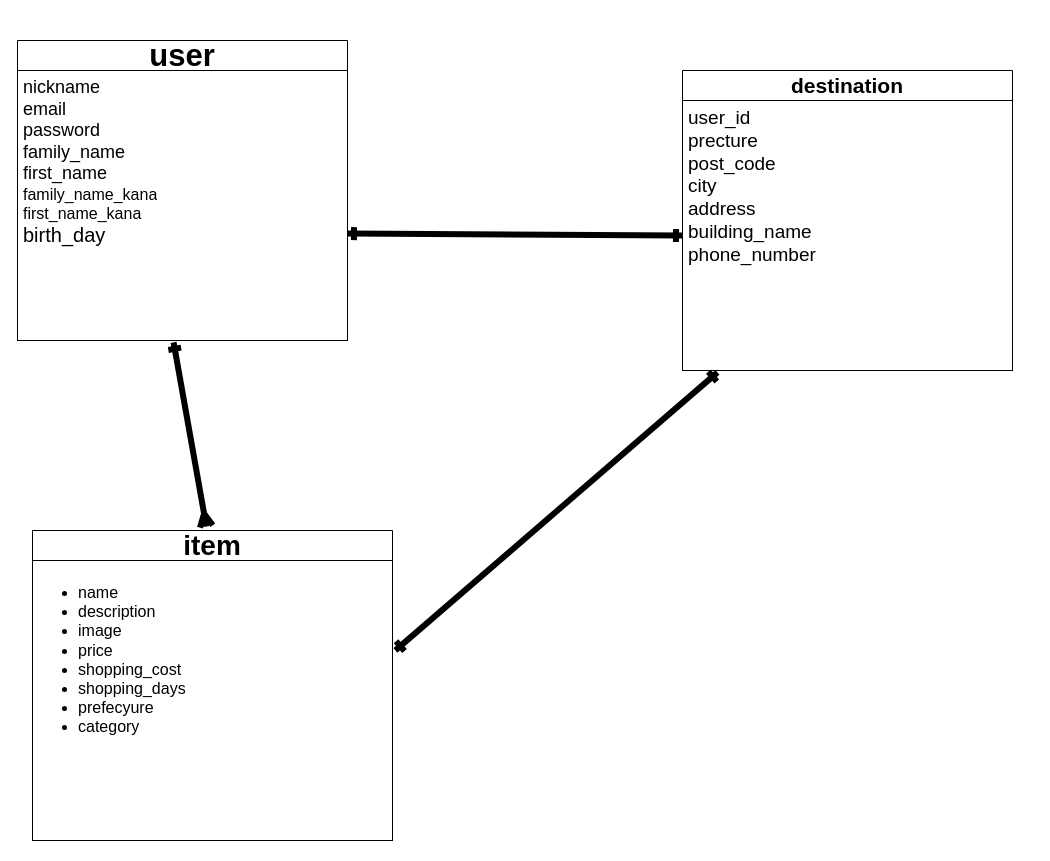
yyokoo/furima-38850 keeps this draw.io diagram as ER.dio. Above is the earlier version. Source tidied: cells renumbered, new cells numbered last; positions are measured from the earlier drawing's top-left corner, leaving out a move shared by most shapes. Both pictures are drawn from the tidied source at 100%, with x=0, y=0 at pixel (17, 40).
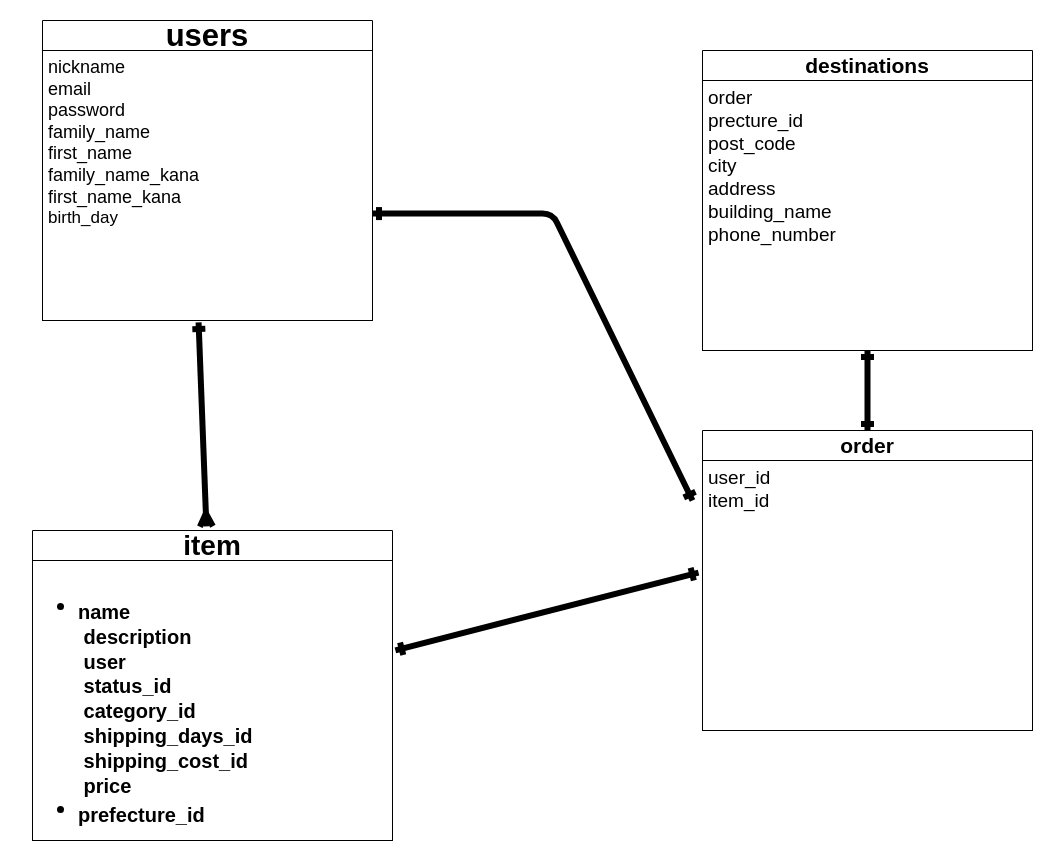
After the change.

Diff of the diagram source:
```diff
@@
 <mxGraphModel>
   <root>
     <mxCell id="0" />
     <mxCell id="1" parent="0" />
-    <mxCell id="2" value="user" style="swimlane;fontStyle=1;horizontal=1;startSize=30;whiteSpace=wrap;html=1;fontSize=31;" parent="1" vertex="1">
-      <mxGeometry width="330" height="300" as="geometry" />
+    <mxCell id="2" value="users" style="swimlane;fontStyle=1;horizontal=1;startSize=30;whiteSpace=wrap;html=1;fontSize=31;" parent="1" vertex="1">
+      <mxGeometry x="25" y="-20" width="330" height="300" as="geometry" />
     </mxCell>
-    <mxCell id="3" value="&lt;font style=&quot;font-size: 18px;&quot;&gt;nickname&lt;br&gt;email&lt;br&gt;password&lt;br&gt;family_name&lt;br&gt;first_name&lt;/font&gt;&lt;br&gt;&lt;font style=&quot;font-size: 16px;&quot;&gt;family_name_kana&lt;br&gt;first_name_kana&lt;/font&gt;&lt;br&gt;&lt;font style=&quot;font-size: 20px;&quot;&gt;birth_day&lt;/font&gt;" style="text;strokeColor=default;fillColor=none;align=left;verticalAlign=top;spacingLeft=4;spacingRight=4;overflow=hidden;points=[[0,0.5],[1,0.5]];portConstraint=eastwest;whiteSpace=wrap;html=1;" parent="2" vertex="1">
+    <mxCell id="3" value="&lt;font style=&quot;&quot;&gt;&lt;font style=&quot;font-size: 18px;&quot;&gt;nickname&lt;br&gt;email&lt;br&gt;password&lt;br&gt;family_name&lt;br&gt;first_name&lt;/font&gt;&lt;br&gt;&lt;font style=&quot;font-size: 18px;&quot;&gt;family_name_kana&lt;br&gt;first_name_kana&lt;/font&gt;&lt;br&gt;&lt;font style=&quot;font-size: 17px;&quot;&gt;birth_day&lt;/font&gt;&lt;/font&gt;" style="text;strokeColor=default;fillColor=none;align=left;verticalAlign=top;spacingLeft=4;spacingRight=4;overflow=hidden;points=[[0,0.5],[1,0.5]];portConstraint=eastwest;whiteSpace=wrap;html=1;" parent="2" vertex="1">
       <mxGeometry y="30" width="330" height="270" as="geometry" />
     </mxCell>
+    <mxCell id="11" style="edgeStyle=none;html=1;strokeWidth=6;fontSize=28;startArrow=ERone;startFill=0;endArrow=ERone;endFill=0;" parent="1" edge="1" source="4" target="12">
+      <mxGeometry relative="1" as="geometry" />
+    </mxCell>
-    <mxCell id="4" value="&lt;font style=&quot;font-size: 21px;&quot;&gt;&lt;b&gt;destination&lt;/b&gt;&lt;/font&gt;" style="swimlane;fontStyle=0;horizontal=1;startSize=30;whiteSpace=wrap;html=1;" parent="1" vertex="1">
-      <mxGeometry x="665" y="30" width="330" height="300" as="geometry" />
+    <mxCell id="4" value="&lt;font style=&quot;font-size: 21px;&quot;&gt;&lt;b&gt;destinations&lt;/b&gt;&lt;/font&gt;" style="swimlane;fontStyle=0;horizontal=1;startSize=30;whiteSpace=wrap;html=1;" parent="1" vertex="1">
+      <mxGeometry x="685" y="10" width="330" height="300" as="geometry" />
     </mxCell>
-    <mxCell id="5" value="user_id&lt;br style=&quot;font-size: 19px;&quot;&gt;precture&lt;br style=&quot;font-size: 19px;&quot;&gt;post_code&lt;br style=&quot;font-size: 19px;&quot;&gt;city&lt;br style=&quot;font-size: 19px;&quot;&gt;address&lt;br style=&quot;font-size: 19px;&quot;&gt;building_name&lt;br style=&quot;font-size: 19px;&quot;&gt;phone_number" style="text;strokeColor=default;fillColor=none;align=left;verticalAlign=top;spacingLeft=4;spacingRight=4;overflow=hidden;points=[[0,0.5],[1,0.5]];portConstraint=eastwest;whiteSpace=wrap;html=1;fontSize=19;" parent="4" vertex="1">
+    <mxCell id="5" value="order&lt;br style=&quot;font-size: 19px;&quot;&gt;precture_id&lt;br style=&quot;font-size: 19px;&quot;&gt;post_code&lt;br style=&quot;font-size: 19px;&quot;&gt;city&lt;br style=&quot;font-size: 19px;&quot;&gt;address&lt;br style=&quot;font-size: 19px;&quot;&gt;building_name&lt;br style=&quot;font-size: 19px;&quot;&gt;phone_number" style="text;strokeColor=default;fillColor=none;align=left;verticalAlign=top;spacingLeft=4;spacingRight=4;overflow=hidden;points=[[0,0.5],[1,0.5]];portConstraint=eastwest;whiteSpace=wrap;html=1;fontSize=19;" parent="4" vertex="1">
       <mxGeometry y="30" width="330" height="270" as="geometry" />
     </mxCell>
     <mxCell id="6" value="item" style="swimlane;fontStyle=1;horizontal=1;startSize=30;whiteSpace=wrap;html=1;fontSize=28;rotation=0;" parent="1" vertex="1">
       <mxGeometry x="15" y="490" width="360" height="310" as="geometry" />
     </mxCell>
-    <mxCell id="7" value="&lt;ul style=&quot;font-size: 16px;&quot;&gt;&lt;li style=&quot;font-size: 16px;&quot;&gt;&lt;span style=&quot;background-color: initial; font-size: 16px;&quot;&gt;name&lt;/span&gt;&lt;/li&gt;&lt;li style=&quot;font-size: 16px;&quot;&gt;&lt;span style=&quot;background-color: initial; font-size: 16px;&quot;&gt;description&lt;/span&gt;&lt;/li&gt;&lt;li style=&quot;font-size: 16px;&quot;&gt;&lt;span style=&quot;background-color: initial; font-size: 16px;&quot;&gt;image&lt;/span&gt;&lt;/li&gt;&lt;li style=&quot;font-size: 16px;&quot;&gt;&lt;span style=&quot;background-color: initial; font-size: 16px;&quot;&gt;price&lt;/span&gt;&lt;/li&gt;&lt;li style=&quot;font-size: 16px;&quot;&gt;&lt;span style=&quot;background-color: initial; font-size: 16px;&quot;&gt;shopping_cost&lt;/span&gt;&lt;/li&gt;&lt;li style=&quot;font-size: 16px;&quot;&gt;&lt;span style=&quot;background-color: initial; font-size: 16px;&quot;&gt;shopping_days&lt;/span&gt;&lt;/li&gt;&lt;li style=&quot;font-size: 16px;&quot;&gt;&lt;span style=&quot;background-color: initial; font-size: 16px;&quot;&gt;prefecyure&lt;/span&gt;&lt;/li&gt;&lt;li style=&quot;font-size: 16px;&quot;&gt;&lt;span style=&quot;background-color: initial; font-size: 16px;&quot;&gt;category&lt;/span&gt;&lt;/li&gt;&lt;/ul&gt;" style="text;strokeColor=default;fillColor=none;align=left;verticalAlign=top;spacingLeft=4;spacingRight=4;overflow=hidden;points=[[0,0.5],[1,0.5]];portConstraint=eastwest;whiteSpace=wrap;html=1;fontSize=16;horizontal=1;rotation=0;" parent="6" vertex="1">
+    <mxCell id="7" value="&lt;ul style=&quot;font-size: 24px;&quot;&gt;&lt;li style=&quot;&quot;&gt;&lt;div style=&quot;line-height: 18px;&quot;&gt;&lt;div style=&quot;&quot;&gt;&lt;b&gt;&lt;sub&gt;name&amp;nbsp;&lt;/sub&gt;&lt;/b&gt;&lt;/div&gt;&lt;div style=&quot;&quot;&gt;&lt;span style=&quot;&quot;&gt;&lt;b&gt;&lt;sub&gt;&amp;nbsp;description&lt;/sub&gt;&lt;/b&gt;&lt;/span&gt;&lt;/div&gt;&lt;div style=&quot;&quot;&gt;&lt;span style=&quot;&quot;&gt;&lt;b&gt;&lt;sub&gt;&amp;nbsp;user&amp;nbsp;&lt;/sub&gt;&lt;/b&gt;&lt;/span&gt;&lt;/div&gt;&lt;div style=&quot;&quot;&gt;&lt;span style=&quot;&quot;&gt;&lt;b&gt;&lt;sub&gt;&amp;nbsp;status_id&amp;nbsp;&lt;/sub&gt;&lt;/b&gt;&lt;/span&gt;&lt;/div&gt;&lt;div style=&quot;&quot;&gt;&lt;span style=&quot;&quot;&gt;&lt;b&gt;&lt;sub&gt;&amp;nbsp;category_id&amp;nbsp;&lt;/sub&gt;&lt;/b&gt;&lt;/span&gt;&lt;/div&gt;&lt;div style=&quot;&quot;&gt;&lt;span style=&quot;&quot;&gt;&lt;b&gt;&lt;sub&gt;&amp;nbsp;shipping_days_id&amp;nbsp;&amp;nbsp;&lt;/sub&gt;&lt;/b&gt;&lt;/span&gt;&lt;/div&gt;&lt;div style=&quot;&quot;&gt;&lt;span style=&quot;&quot;&gt;&lt;b&gt;&lt;sub&gt;&amp;nbsp;shipping_cost_id&amp;nbsp;&lt;/sub&gt;&lt;/b&gt;&lt;/span&gt;&lt;/div&gt;&lt;div style=&quot;&quot;&gt;&lt;span style=&quot;&quot;&gt;&lt;b&gt;&lt;sub&gt;&amp;nbsp;price&amp;nbsp;&lt;/sub&gt;&lt;/b&gt;&lt;/span&gt;&lt;/div&gt;&lt;/div&gt;&lt;/li&gt;&lt;li style=&quot;&quot;&gt;&lt;div style=&quot;&quot;&gt;&lt;div style=&quot;line-height: 18px;&quot;&gt;&lt;b&gt;&lt;sub&gt;prefecture_id &lt;/sub&gt;&lt;/b&gt;&lt;/div&gt;&lt;/div&gt;&lt;/li&gt;&lt;/ul&gt;" style="text;strokeColor=default;fillColor=none;align=left;verticalAlign=top;spacingLeft=4;spacingRight=4;overflow=hidden;points=[[0,0.5],[1,0.5]];portConstraint=eastwest;whiteSpace=wrap;html=1;fontSize=16;horizontal=1;rotation=0;" parent="6" vertex="1">
       <mxGeometry y="30" width="360" height="280" as="geometry" />
     </mxCell>
-    <mxCell id="8" style="edgeStyle=none;html=1;exitX=0;exitY=0.5;exitDx=0;exitDy=0;fontSize=21;startArrow=ERone;startFill=0;entryX=1;entryY=0.604;entryDx=0;entryDy=0;entryPerimeter=0;endArrow=ERone;endFill=0;strokeWidth=6;" parent="1" edge="1" source="5" target="3">
-      <mxGeometry relative="1" as="geometry" />
+    <mxCell id="8" style="edgeStyle=none;html=1;fontSize=21;startArrow=ERone;startFill=0;entryX=1;entryY=0.604;entryDx=0;entryDy=0;entryPerimeter=0;endArrow=ERone;endFill=0;strokeWidth=6;" parent="1" edge="1" target="3">
+      <mxGeometry relative="1" as="geometry">
+        <mxPoint x="675" y="460" as="sourcePoint" />
+        <Array as="points">
+          <mxPoint x="535" y="173" />
+        </Array>
+      </mxGeometry>
     </mxCell>
-    <mxCell id="9" style="edgeStyle=none;html=1;fontSize=21;startArrow=ERone;startFill=0;endArrow=ERone;endFill=0;strokeWidth=6;exitX=1.008;exitY=0.321;exitDx=0;exitDy=0;exitPerimeter=0;entryX=0.106;entryY=1.007;entryDx=0;entryDy=0;entryPerimeter=0;" parent="1" edge="1" source="7" target="5">
+    <mxCell id="9" style="edgeStyle=none;html=1;fontSize=21;startArrow=ERone;startFill=0;endArrow=ERone;endFill=0;strokeWidth=6;exitX=1.008;exitY=0.321;exitDx=0;exitDy=0;exitPerimeter=0;entryX=-0.012;entryY=0.415;entryDx=0;entryDy=0;entryPerimeter=0;" parent="1" edge="1" source="7" target="13">
       <mxGeometry relative="1" as="geometry" />
     </mxCell>
     <mxCell id="10" style="edgeStyle=none;html=1;exitX=0.483;exitY=-0.013;exitDx=0;exitDy=0;fontSize=21;startArrow=ERmany;startFill=0;entryX=0.473;entryY=1.007;entryDx=0;entryDy=0;entryPerimeter=0;endArrow=ERone;endFill=0;strokeWidth=6;exitPerimeter=0;" parent="1" edge="1" source="6" target="3">
       <mxGeometry relative="1" as="geometry" />
     </mxCell>
+    <mxCell id="12" value="&lt;span style=&quot;font-size: 21px;&quot;&gt;&lt;b&gt;order&lt;/b&gt;&lt;/span&gt;" style="swimlane;fontStyle=0;horizontal=1;startSize=30;whiteSpace=wrap;html=1;" parent="1" vertex="1">
+      <mxGeometry x="685" y="390" width="330" height="300" as="geometry" />
+    </mxCell>
+    <mxCell id="13" value="user_id&lt;br&gt;item_id" style="text;strokeColor=default;fillColor=none;align=left;verticalAlign=top;spacingLeft=4;spacingRight=4;overflow=hidden;points=[[0,0.5],[1,0.5]];portConstraint=eastwest;whiteSpace=wrap;html=1;fontSize=19;" parent="12" vertex="1">
+      <mxGeometry y="30" width="330" height="270" as="geometry" />
+    </mxCell>
   </root>
 </mxGraphModel>
```
